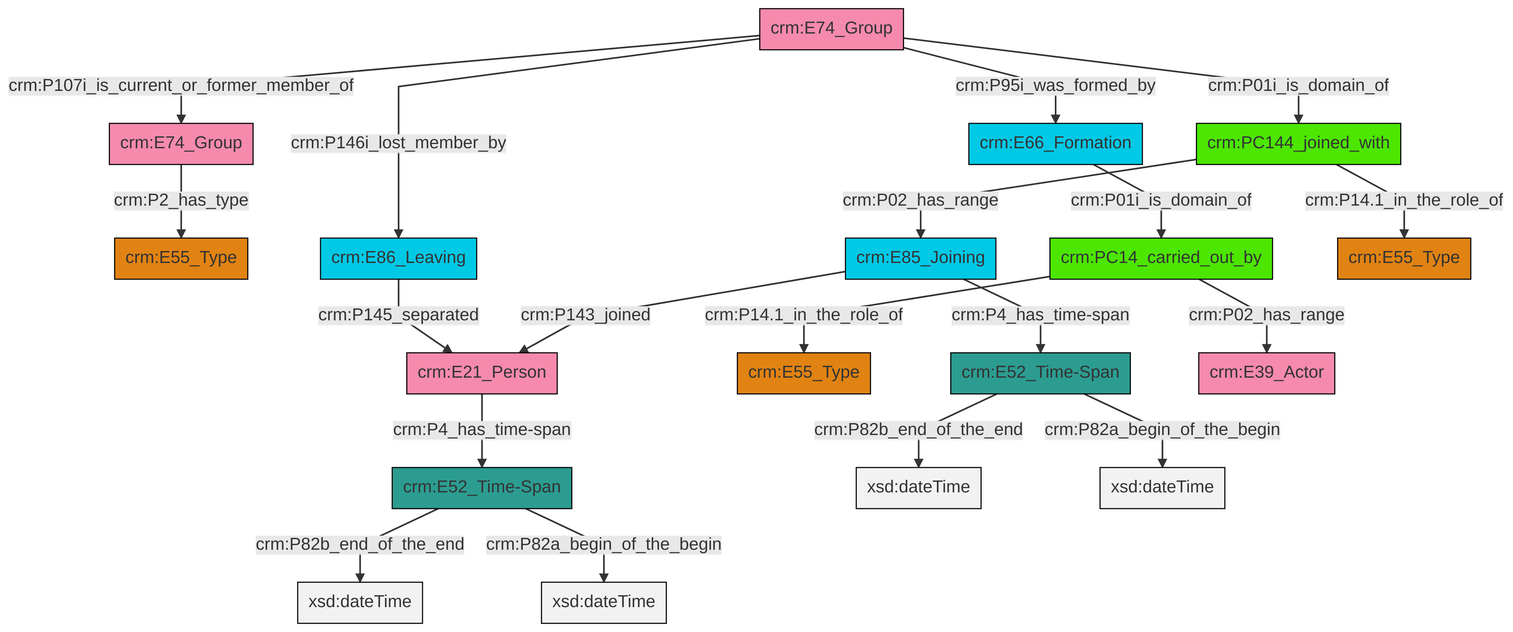
The Mermaid diagram et/groupCSV/ttl/mmd/png/group_actor_relations.png in swiss-art-research-net/docs.swissartresearch, before a commit. Its source is kept beside it as et/groupCSV/ttl/mmd/group_actor_relations.ttl.mmd.
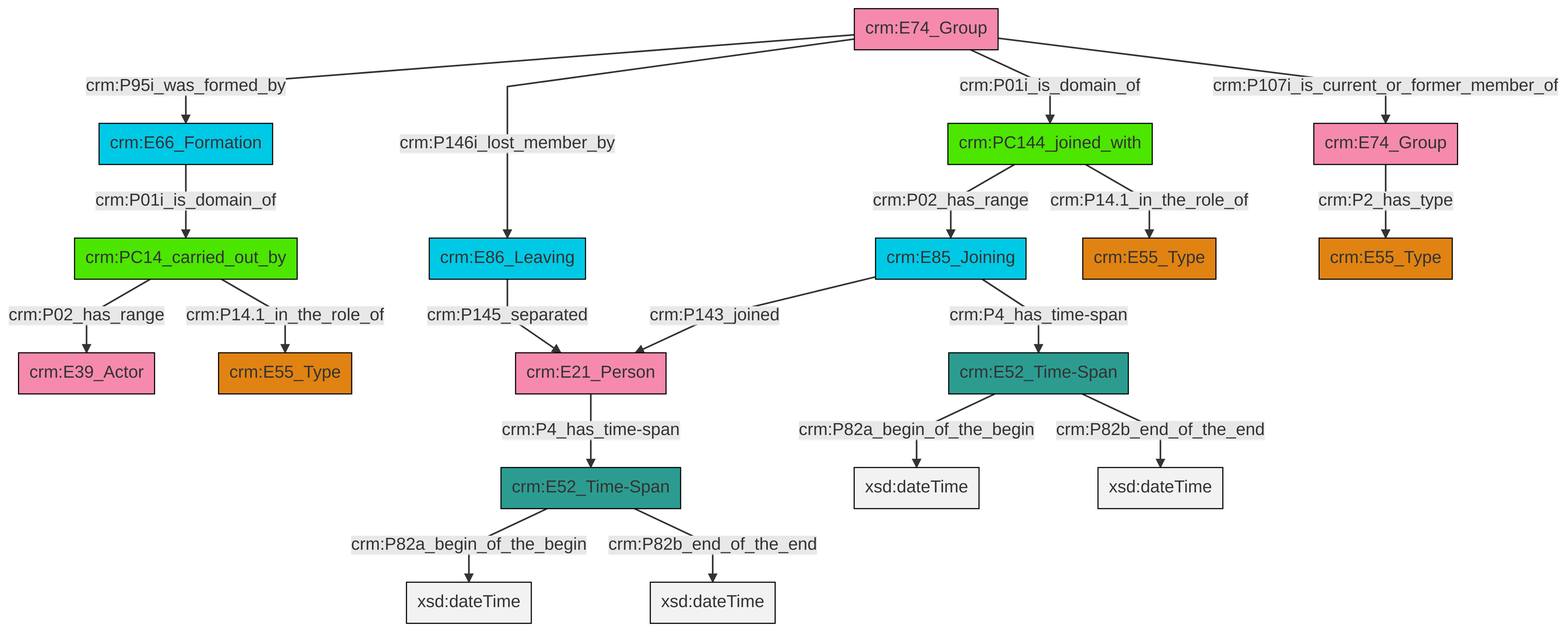
Later version of the same file.

Change to the diagram source:
```diff
@@ -13,21 +13,21 @@
 classDef PC_Classes fill:#4ce600, stroke:#000000;
 classDef Multi fill:#cccccc,stroke:#000000;
 
-2["crm:E74_Group"]:::Actor -->|crm:P2_has_type| 0["crm:E55_Type"]:::Type
-3["crm:E85_Joining"]:::Temporal_Entity -->|crm:P4_has_time-span| 4["crm:E52_Time-Span"]:::Time-Span
-7["crm:PC14_carried_out_by"]:::PC_Classes -->|crm:P14.1_in_the_role_of| 8["crm:E55_Type"]:::Type
-9["crm:E74_Group"]:::Actor -->|crm:P146i_lost_member_by| 10["crm:E86_Leaving"]:::Temporal_Entity
-13["crm:E21_Person"]:::Actor -->|crm:P4_has_time-span| 14["crm:E52_Time-Span"]:::Time-Span
-7["crm:PC14_carried_out_by"]:::PC_Classes -->|crm:P02_has_range| 15["crm:E39_Actor"]:::Actor
-9["crm:E74_Group"]:::Actor -->|crm:P95i_was_formed_by| 5["crm:E66_Formation"]:::Temporal_Entity
-14["crm:E52_Time-Span"]:::Time-Span -->|crm:P82b_end_of_the_end| 20[xsd:dateTime]:::Literal
-10["crm:E86_Leaving"]:::Temporal_Entity -->|crm:P145_separated| 13["crm:E21_Person"]:::Actor
-3["crm:E85_Joining"]:::Temporal_Entity -->|crm:P143_joined| 13["crm:E21_Person"]:::Actor
-9["crm:E74_Group"]:::Actor -->|crm:P01i_is_domain_of| 11["crm:PC144_joined_with"]:::PC_Classes
-5["crm:E66_Formation"]:::Temporal_Entity -->|crm:P01i_is_domain_of| 7["crm:PC14_carried_out_by"]:::PC_Classes
-11["crm:PC144_joined_with"]:::PC_Classes -->|crm:P14.1_in_the_role_of| 22["crm:E55_Type"]:::Type
-14["crm:E52_Time-Span"]:::Time-Span -->|crm:P82a_begin_of_the_begin| 30[xsd:dateTime]:::Literal
-9["crm:E74_Group"]:::Actor -->|crm:P107i_is_current_or_former_member_of| 2["crm:E74_Group"]:::Actor
-11["crm:PC144_joined_with"]:::PC_Classes -->|crm:P02_has_range| 3["crm:E85_Joining"]:::Temporal_Entity
-4["crm:E52_Time-Span"]:::Time-Span -->|crm:P82b_end_of_the_end| 32[xsd:dateTime]:::Literal
-4["crm:E52_Time-Span"]:::Time-Span -->|crm:P82a_begin_of_the_begin| 34[xsd:dateTime]:::Literal
+4["crm:E74_Group"]:::Actor -->|crm:P95i_was_formed_by| 5["crm:E66_Formation"]:::Temporal_Entity
+4["crm:E74_Group"]:::Actor -->|crm:P146i_lost_member_by| 6["crm:E86_Leaving"]:::Temporal_Entity
+9["crm:PC144_joined_with"]:::PC_Classes -->|crm:P02_has_range| 10["crm:E85_Joining"]:::Temporal_Entity
+9["crm:PC144_joined_with"]:::PC_Classes -->|crm:P14.1_in_the_role_of| 11["crm:E55_Type"]:::Type
+17["crm:E21_Person"]:::Actor -->|crm:P4_has_time-span| 0["crm:E52_Time-Span"]:::Time-Span
+20["crm:PC14_carried_out_by"]:::PC_Classes -->|crm:P02_has_range| 21["crm:E39_Actor"]:::Actor
+23["crm:E74_Group"]:::Actor -->|crm:P2_has_type| 2["crm:E55_Type"]:::Type
+0["crm:E52_Time-Span"]:::Time-Span -->|crm:P82a_begin_of_the_begin| 24[xsd:dateTime]:::Literal
+0["crm:E52_Time-Span"]:::Time-Span -->|crm:P82b_end_of_the_end| 25[xsd:dateTime]:::Literal
+4["crm:E74_Group"]:::Actor -->|crm:P01i_is_domain_of| 9["crm:PC144_joined_with"]:::PC_Classes
+6["crm:E86_Leaving"]:::Temporal_Entity -->|crm:P145_separated| 17["crm:E21_Person"]:::Actor
+20["crm:PC14_carried_out_by"]:::PC_Classes -->|crm:P14.1_in_the_role_of| 7["crm:E55_Type"]:::Type
+14["crm:E52_Time-Span"]:::Time-Span -->|crm:P82a_begin_of_the_begin| 32[xsd:dateTime]:::Literal
+14["crm:E52_Time-Span"]:::Time-Span -->|crm:P82b_end_of_the_end| 33[xsd:dateTime]:::Literal
+5["crm:E66_Formation"]:::Temporal_Entity -->|crm:P01i_is_domain_of| 20["crm:PC14_carried_out_by"]:::PC_Classes
+10["crm:E85_Joining"]:::Temporal_Entity -->|crm:P143_joined| 17["crm:E21_Person"]:::Actor
+10["crm:E85_Joining"]:::Temporal_Entity -->|crm:P4_has_time-span| 14["crm:E52_Time-Span"]:::Time-Span
+4["crm:E74_Group"]:::Actor -->|crm:P107i_is_current_or_former_member_of| 23["crm:E74_Group"]:::Actor
```
